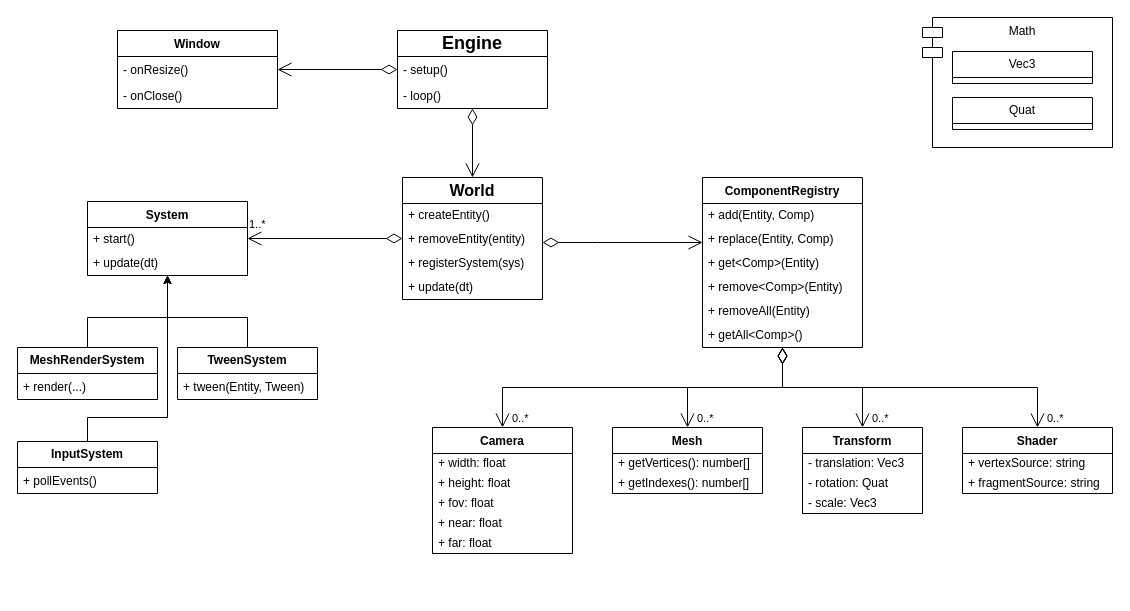
The draw.io diagram engine.drawio in asimaruk/GGenie, before the edit. Source tidied: cells renumbered, new cells numbered last; positions are measured from the earlier drawing's top-left corner, leaving out a move shared by most shapes. Both pictures are drawn from the tidied source at 100%, with x=0, y=0 at pixel (17, 17).
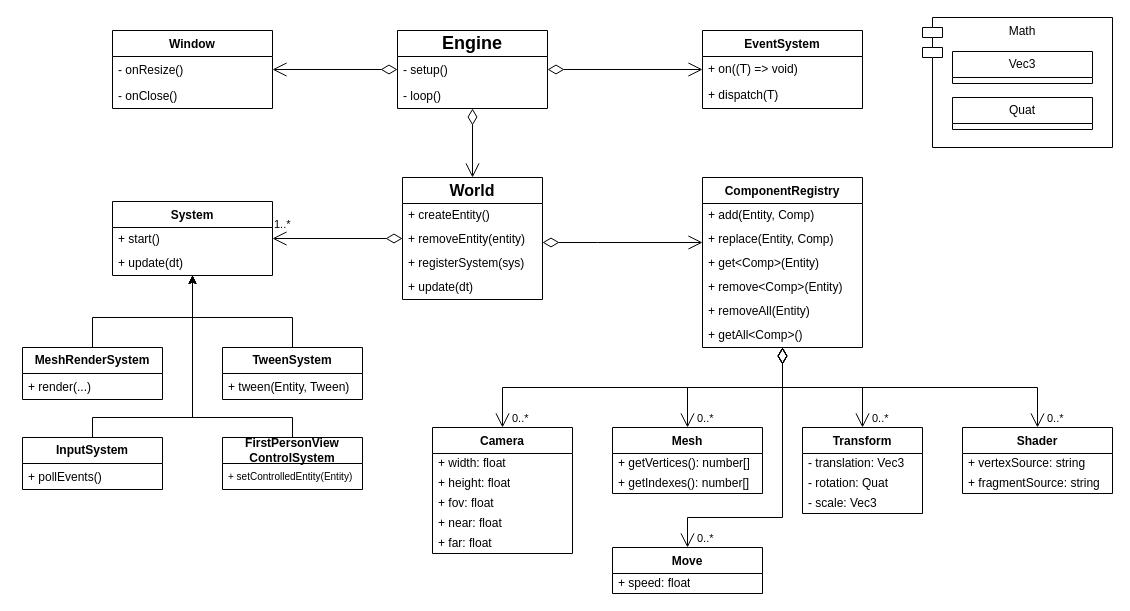
Above is the later version.

Commit message (it also covers changes not shown here):
UML of control and event systems.

Unchanged cells that the change refers to:
```xml
<mxCell id="5" value="Engine" style="swimlane;fontStyle=1;align=center;verticalAlign=middle;horizontal=1;startSize=26;whiteSpace=wrap;html=1;rounded=0;fontSize=18;" parent="1" vertex="1">
  <mxGeometry x="380" y="13" width="150" height="78" as="geometry" />
</mxCell>
<mxCell id="24" value="ComponentRegistry" style="swimlane;fontStyle=1;align=center;verticalAlign=top;horizontal=1;startSize=26;whiteSpace=wrap;html=1;" parent="1" vertex="1">
  <mxGeometry x="685" y="160" width="160" height="170" as="geometry" />
</mxCell>
```

What changed in the source:
```diff
@@
     <mxCell id="2" value="Window" style="swimlane;fontStyle=1;align=center;verticalAlign=top;horizontal=1;startSize=26;whiteSpace=wrap;html=1;rounded=0;" parent="1" vertex="1">
-      <mxGeometry x="100" y="13" width="160" height="78" as="geometry" />
+      <mxGeometry x="95" y="13" width="160" height="78" as="geometry" />
     </mxCell>
@@
     <mxCell id="11" style="edgeStyle=orthogonalEdgeStyle;rounded=0;jettySize=auto;html=1;" parent="1" edge="1" source="12" target="43">
       <mxGeometry relative="1" as="geometry">
         <Array as="points">
-          <mxPoint x="70" y="300" />
-          <mxPoint x="150" y="300" />
+          <mxPoint x="75" y="300" />
+          <mxPoint x="175" y="300" />
         </Array>
       </mxGeometry>
     </mxCell>
     <mxCell id="12" value="&lt;b&gt;Mesh&lt;/b&gt;&lt;b style=&quot;background-color: transparent; color: light-dark(rgb(0, 0, 0), rgb(255, 255, 255));&quot;&gt;RenderSystem&lt;/b&gt;" style="swimlane;fontStyle=0;horizontal=1;startSize=26;whiteSpace=wrap;html=1;rounded=0;" parent="1" vertex="1">
-      <mxGeometry y="330" width="140" height="52" as="geometry" />
+      <mxGeometry x="5" y="330" width="140" height="52" as="geometry" />
     </mxCell>
@@
     <mxCell id="35" style="edgeStyle=orthogonalEdgeStyle;rounded=0;jettySize=auto;html=1;" parent="1" edge="1" source="36" target="43">
       <mxGeometry relative="1" as="geometry">
         <Array as="points">
-          <mxPoint x="230" y="300" />
-          <mxPoint x="150" y="300" />
+          <mxPoint x="275" y="300" />
+          <mxPoint x="175" y="300" />
         </Array>
       </mxGeometry>
     </mxCell>
     <mxCell id="36" value="&lt;b&gt;TweenSystem&lt;/b&gt;" style="swimlane;fontStyle=0;horizontal=1;startSize=26;whiteSpace=wrap;html=1;rounded=0;" parent="1" vertex="1">
-      <mxGeometry x="160" y="330" width="140" height="52" as="geometry" />
+      <mxGeometry x="205" y="330" width="140" height="52" as="geometry" />
     </mxCell>
@@
     <mxCell id="43" value="System" style="swimlane;fontStyle=1;align=center;verticalAlign=top;horizontal=1;startSize=26;whiteSpace=wrap;html=1;" parent="1" vertex="1">
-      <mxGeometry x="70" y="184" width="160" height="74" as="geometry" />
+      <mxGeometry x="95" y="184" width="160" height="74" as="geometry" />
     </mxCell>
@@
     <mxCell id="55" value="&lt;b style=&quot;background-color: transparent; color: light-dark(rgb(0, 0, 0), rgb(255, 255, 255));&quot;&gt;InputSystem&lt;/b&gt;" style="swimlane;fontStyle=0;horizontal=1;startSize=26;whiteSpace=wrap;html=1;rounded=0;" parent="1" vertex="1">
-      <mxGeometry y="424" width="140" height="52" as="geometry" />
+      <mxGeometry x="5" y="420" width="140" height="52" as="geometry" />
     </mxCell>
@@
     <mxCell id="60" style="edgeStyle=orthogonalEdgeStyle;rounded=0;jettySize=auto;html=1;" parent="1" edge="1" source="55" target="43">
       <mxGeometry relative="1" as="geometry">
         <Array as="points">
-          <mxPoint x="70" y="400" />
-          <mxPoint x="150" y="400" />
+          <mxPoint x="75" y="400" />
+          <mxPoint x="175" y="400" />
         </Array>
       </mxGeometry>
     </mxCell>
+    <mxCell id="61" value="&lt;b&gt;FirstPersonView&lt;/b&gt;&lt;div&gt;&lt;b&gt;ControlSystem&lt;/b&gt;&lt;/div&gt;" style="swimlane;fontStyle=0;horizontal=1;startSize=26;whiteSpace=wrap;html=1;rounded=0;" parent="1" vertex="1">
+      <mxGeometry x="205" y="420" width="140" height="52" as="geometry" />
+    </mxCell>
+    <mxCell id="62" value="+ setControlledEntity(Entity)" style="text;strokeColor=none;fillColor=none;align=left;verticalAlign=middle;spacingLeft=4;spacingRight=4;overflow=hidden;whiteSpace=wrap;html=1;rounded=0;fontSize=10;" parent="61" vertex="1">
+      <mxGeometry y="26" width="140" height="26" as="geometry" />
+    </mxCell>
+    <mxCell id="63" style="edgeStyle=orthogonalEdgeStyle;rounded=0;jettySize=auto;html=1;" parent="1" edge="1" source="61" target="43">
+      <mxGeometry relative="1" as="geometry">
+        <Array as="points">
+          <mxPoint x="275" y="400" />
+          <mxPoint x="175" y="400" />
+        </Array>
+      </mxGeometry>
+    </mxCell>
+    <mxCell id="64" value="EventSystem" style="swimlane;fontStyle=1;align=center;verticalAlign=top;horizontal=1;startSize=26;whiteSpace=wrap;html=1;rounded=0;" parent="1" vertex="1">
+      <mxGeometry x="685" y="13" width="160" height="78" as="geometry" />
+    </mxCell>
+    <mxCell id="65" value="+ on((T) =&amp;gt; void)" style="text;strokeColor=none;fillColor=none;align=left;verticalAlign=middle;spacingLeft=4;spacingRight=4;overflow=hidden;whiteSpace=wrap;html=1;rounded=0;" parent="64" vertex="1">
+      <mxGeometry y="26" width="160" height="26" as="geometry" />
+    </mxCell>
+    <mxCell id="66" value="+&lt;span style=&quot;background-color: transparent; color: light-dark(rgb(0, 0, 0), rgb(255, 255, 255));&quot;&gt;&amp;nbsp;dispatch(T)&lt;/span&gt;" style="text;strokeColor=none;fillColor=none;align=left;verticalAlign=middle;spacingLeft=4;spacingRight=4;overflow=hidden;whiteSpace=wrap;html=1;rounded=0;" parent="64" vertex="1">
+      <mxGeometry y="52" width="160" height="26" as="geometry" />
+    </mxCell>
+    <mxCell id="67" value="Move" style="swimlane;fontStyle=1;align=center;verticalAlign=top;horizontal=1;startSize=26;whiteSpace=wrap;html=1;rounded=0;" parent="1" vertex="1">
+      <mxGeometry x="595" y="530" width="150" height="46" as="geometry" />
+    </mxCell>
+    <mxCell id="68" value="+ speed: float" style="text;strokeColor=none;fillColor=none;align=left;verticalAlign=middle;spacingLeft=4;spacingRight=4;overflow=hidden;whiteSpace=wrap;html=1;rounded=0;" parent="67" vertex="1">
+      <mxGeometry y="26" width="150" height="20" as="geometry" />
+    </mxCell>
+    <mxCell id="69" value="0..*" style="edgeStyle=orthogonalEdgeStyle;rounded=0;jettySize=auto;html=1;endArrow=open;endFill=0;startArrow=diamondThin;startFill=0;strokeColor=default;align=left;verticalAlign=bottom;fontFamily=Helvetica;fontSize=11;fontColor=default;labelBackgroundColor=default;startSize=14;endSize=12;spacing=2;spacingLeft=8;" parent="1" edge="1" source="24" target="67">
+      <mxGeometry x="1" relative="1" as="geometry">
+        <Array as="points">
+          <mxPoint x="765" y="500" />
+          <mxPoint x="670" y="500" />
+        </Array>
+      </mxGeometry>
+    </mxCell>
+    <mxCell id="70" value="1..*" style="endArrow=open;html=1;endSize=12;startArrow=diamondThin;startSize=14;startFill=0;edgeStyle=orthogonalEdgeStyle;align=right;verticalAlign=bottom;rounded=0;fontColor=none;noLabel=1;" parent="1" edge="1" source="5" target="64">
+      <mxGeometry x="1" y="-10" relative="1" as="geometry" />
+    </mxCell>
```
